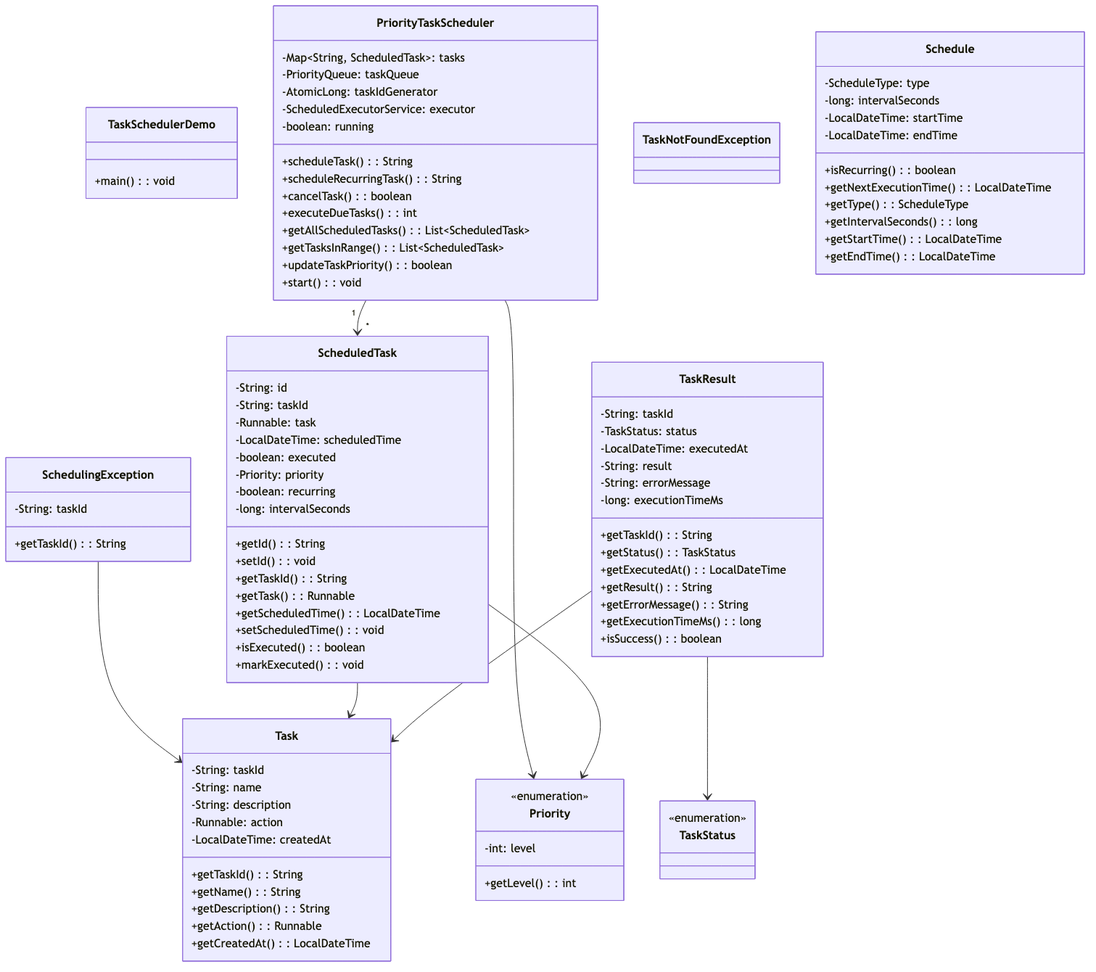
Before: docs/problems/taskscheduler/diagrams/class-diagram.png, a diagram exported from Mermaid (dlkr18/lld-playbook). Its source is kept beside it as docs/problems/taskscheduler/diagrams/class-diagram.mmd.
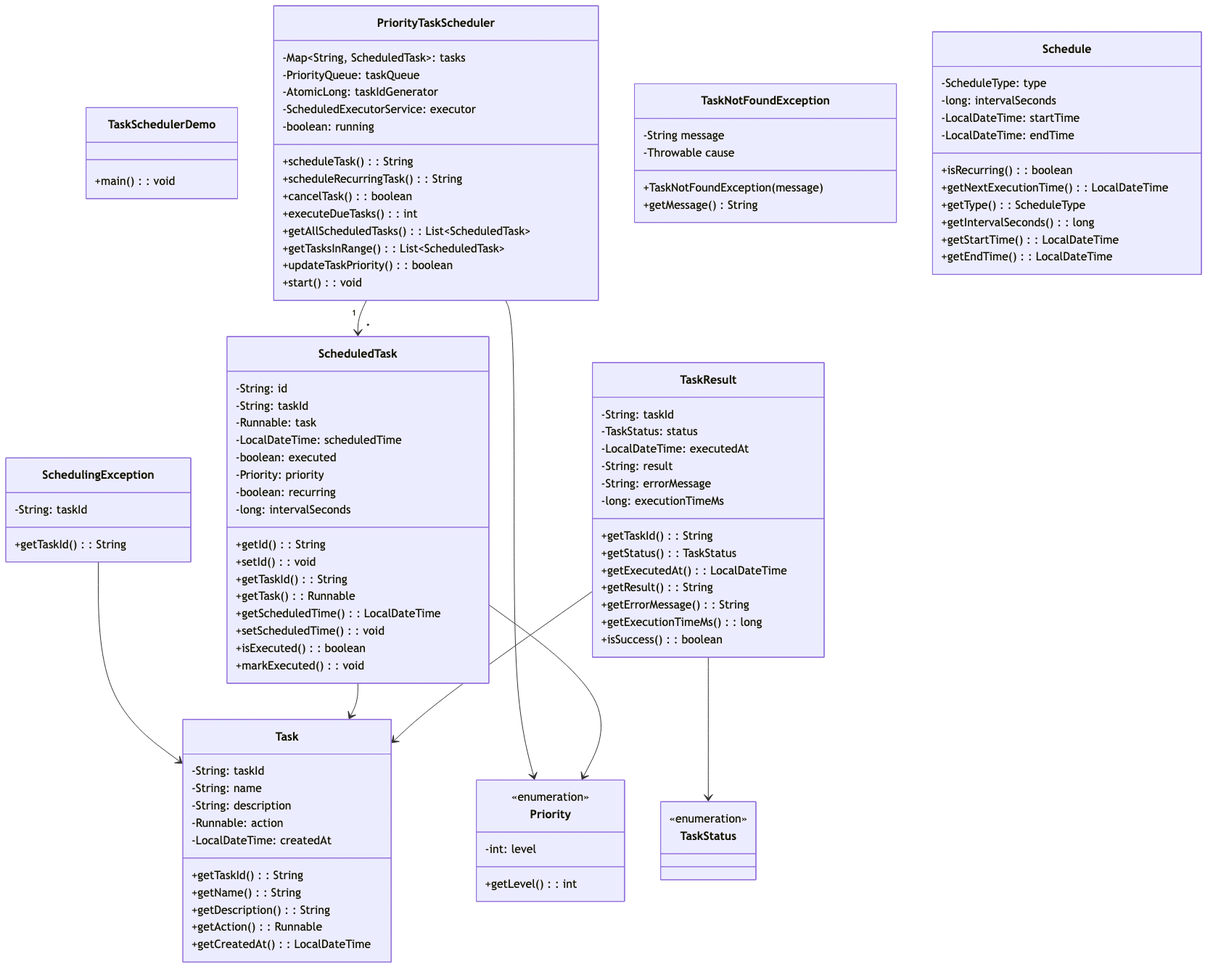
The same diagram one commit later.

Commit message:
fix: add content to last 2 empty classes (Language, TaskNotFoundException)

The edit, as a diff of the source:
```diff
@@ -45,6 +45,10 @@
     }
 
     class TaskNotFoundException {
+        -String message
+        -Throwable cause
+        +TaskNotFoundException(message)
+        +getMessage() String
     }
 
     class Schedule {
```
